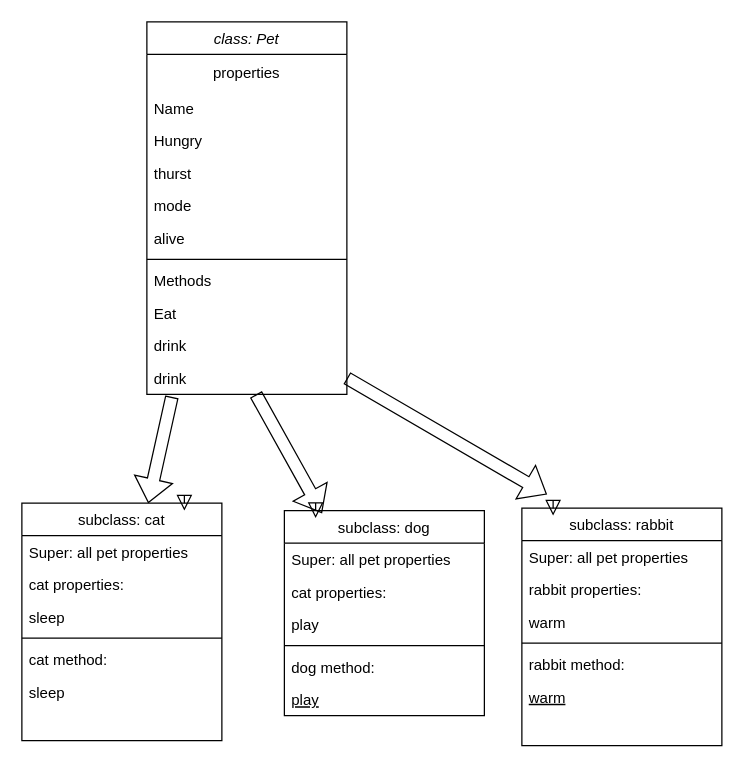
Above: Untitled Diagram.drawio in hsnadrs/M44-test (draw.io), before the change. Source tidied: cells renumbered, new cells numbered last; positions are measured from the earlier drawing's top-left corner, leaving out a move shared by most shapes. Both pictures are drawn from the tidied source at 125%, with x=0, y=0 at pixel (21, 21).
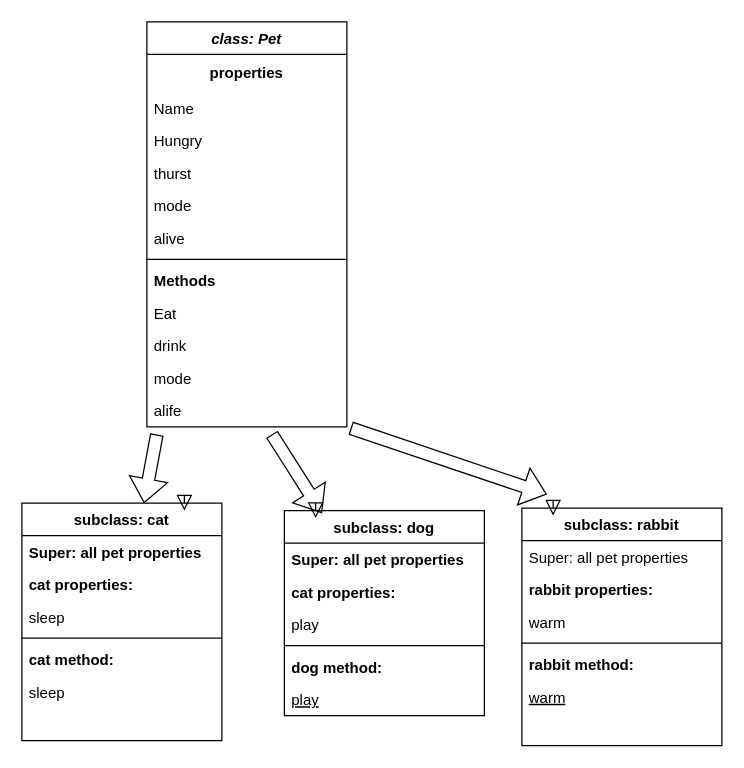
After the change.

Diff of the diagram source:
```diff
@@
-    <mxCell id="2" value="class: Pet" style="swimlane;fontStyle=2;align=center;verticalAlign=top;horizontal=1;startSize=26;rounded=0;shadow=0;strokeWidth=1;" parent="1" vertex="1">
-      <mxGeometry x="100" width="160" height="298" as="geometry" />
+    <mxCell id="2" value="class: Pet" style="swimlane;fontStyle=3;align=center;verticalAlign=top;horizontal=1;startSize=26;rounded=0;shadow=0;strokeWidth=1;" parent="1" vertex="1">
+      <mxGeometry x="100" width="160" height="324" as="geometry" />
     </mxCell>
-    <mxCell id="3" value="properties" style="text;strokeColor=none;align=center;fillColor=none;html=1;verticalAlign=middle;whiteSpace=wrap;rounded=0;" parent="2" vertex="1">
+    <mxCell id="3" value="properties" style="text;strokeColor=none;align=center;fillColor=none;html=1;verticalAlign=middle;whiteSpace=wrap;rounded=0;fontStyle=1;" parent="2" vertex="1">
       <mxGeometry y="26" width="160" height="30" as="geometry" />
     </mxCell>
@@
-    <mxCell id="10" value="Methods" style="text;align=left;verticalAlign=top;spacingLeft=4;spacingRight=4;overflow=hidden;" parent="2" vertex="1">
+    <mxCell id="10" value="Methods" style="text;align=left;verticalAlign=top;spacingLeft=4;spacingRight=4;overflow=hidden;fontStyle=1;" parent="2" vertex="1">
       <mxGeometry y="194" width="160" height="26" as="geometry" />
     </mxCell>
+    <mxCell id="41" value="Eat" style="text;align=left;verticalAlign=top;spacingLeft=4;spacingRight=4;overflow=hidden;" parent="2" vertex="1">
+      <mxGeometry y="220" width="160" height="26" as="geometry" />
+    </mxCell>
+    <mxCell id="12" value="drink" style="text;align=left;verticalAlign=top;spacingLeft=4;spacingRight=4;overflow=hidden;" parent="2" vertex="1">
+      <mxGeometry y="246" width="160" height="26" as="geometry" />
+    </mxCell>
+    <mxCell id="14" value="mode" style="text;align=left;verticalAlign=top;spacingLeft=4;spacingRight=4;overflow=hidden;points=[[0,0.5],[1,0.5]];portConstraint=eastwest;" parent="2" vertex="1">
+      <mxGeometry y="272" width="160" height="26" as="geometry" />
+    </mxCell>
-    <mxCell id="11" value="Eat" style="text;align=left;verticalAlign=top;spacingLeft=4;spacingRight=4;overflow=hidden;points=[[0,0.5],[1,0.5]];portConstraint=eastwest;" parent="2" vertex="1">
-      <mxGeometry y="220" width="160" height="26" as="geometry" />
+    <mxCell id="11" value="alife" style="text;align=left;verticalAlign=top;spacingLeft=4;spacingRight=4;overflow=hidden;points=[[0,0.5],[1,0.5]];portConstraint=eastwest;" parent="2" vertex="1">
+      <mxGeometry y="298" width="160" height="26" as="geometry" />
     </mxCell>
-    <mxCell id="12" value="drink" style="text;align=left;verticalAlign=top;spacingLeft=4;spacingRight=4;overflow=hidden;" parent="2" vertex="1">
-      <mxGeometry y="246" width="160" height="26" as="geometry" />
-    </mxCell>
-    <mxCell id="13" style="shape=flexArrow;endArrow=classic;html=1;rounded=0;" parent="2" edge="1" target="15">
-      <mxGeometry relative="1" as="geometry">
-        <mxPoint x="20" y="300" as="sourcePoint" />
-      </mxGeometry>
-    </mxCell>
-    <mxCell id="14" value="drink" style="text;align=left;verticalAlign=top;spacingLeft=4;spacingRight=4;overflow=hidden;points=[[0,0.5],[1,0.5]];portConstraint=eastwest;" parent="2" vertex="1">
-      <mxGeometry y="272" width="160" height="26" as="geometry" />
-    </mxCell>
-    <mxCell id="15" value="subclass: cat" style="swimlane;fontStyle=0;align=center;verticalAlign=top;horizontal=1;startSize=26;rounded=0;shadow=0;strokeWidth=1;" parent="1" vertex="1">
+    <mxCell id="15" value="subclass: cat" style="swimlane;fontStyle=1;align=center;verticalAlign=top;horizontal=1;startSize=26;rounded=0;shadow=0;strokeWidth=1;" parent="1" vertex="1">
       <mxGeometry y="385" width="160" height="190" as="geometry" />
     </mxCell>
-    <mxCell id="16" value="Super: all pet properties&#10;" style="text;align=left;verticalAlign=top;spacingLeft=4;spacingRight=4;overflow=hidden;" parent="15" vertex="1">
+    <mxCell id="16" value="Super: all pet properties&#10;" style="text;align=left;verticalAlign=top;spacingLeft=4;spacingRight=4;overflow=hidden;fontStyle=1;" parent="15" vertex="1">
       <mxGeometry y="26" width="160" height="26" as="geometry" />
     </mxCell>
-    <mxCell id="17" value="cat properties: &#10;" style="text;align=left;verticalAlign=top;spacingLeft=4;spacingRight=4;overflow=hidden;" parent="15" vertex="1">
+    <mxCell id="17" value="cat properties: &#10;" style="text;align=left;verticalAlign=top;spacingLeft=4;spacingRight=4;overflow=hidden;fontStyle=1;" parent="15" vertex="1">
       <mxGeometry y="52" width="160" height="26" as="geometry" />
     </mxCell>
@@
-    <mxCell id="20" value="cat method:" style="text;align=left;verticalAlign=top;spacingLeft=4;spacingRight=4;overflow=hidden;" parent="15" vertex="1">
+    <mxCell id="20" value="cat method:" style="text;align=left;verticalAlign=top;spacingLeft=4;spacingRight=4;overflow=hidden;fontStyle=1;" parent="15" vertex="1">
       <mxGeometry y="112" width="160" height="26" as="geometry" />
     </mxCell>
@@
-    <mxCell id="23" value="subclass: dog" style="swimlane;fontStyle=0;align=center;verticalAlign=top;horizontal=1;startSize=26;rounded=0;shadow=0;strokeWidth=1;" parent="1" vertex="1">
+    <mxCell id="23" value="subclass: dog" style="swimlane;fontStyle=1;align=center;verticalAlign=top;horizontal=1;startSize=26;rounded=0;shadow=0;strokeWidth=1;" parent="1" vertex="1">
       <mxGeometry x="210" y="391" width="160" height="164" as="geometry" />
     </mxCell>
-    <mxCell id="24" value="Super: all pet properties&#10;" style="text;align=left;verticalAlign=top;spacingLeft=4;spacingRight=4;overflow=hidden;" parent="23" vertex="1">
+    <mxCell id="24" value="Super: all pet properties&#10;" style="text;align=left;verticalAlign=top;spacingLeft=4;spacingRight=4;overflow=hidden;fontStyle=1;" parent="23" vertex="1">
       <mxGeometry y="26" width="160" height="26" as="geometry" />
     </mxCell>
-    <mxCell id="25" value="cat properties: &#10;" style="text;align=left;verticalAlign=top;spacingLeft=4;spacingRight=4;overflow=hidden;" parent="23" vertex="1">
+    <mxCell id="25" value="cat properties: &#10;" style="text;align=left;verticalAlign=top;spacingLeft=4;spacingRight=4;overflow=hidden;fontStyle=1;" parent="23" vertex="1">
       <mxGeometry y="52" width="160" height="26" as="geometry" />
     </mxCell>
@@
-    <mxCell id="28" value="dog method:" style="text;align=left;verticalAlign=top;spacingLeft=4;spacingRight=4;overflow=hidden;" parent="23" vertex="1">
+    <mxCell id="28" value="dog method:" style="text;align=left;verticalAlign=top;spacingLeft=4;spacingRight=4;overflow=hidden;fontStyle=1;" parent="23" vertex="1">
       <mxGeometry y="112" width="160" height="26" as="geometry" />
     </mxCell>
@@
-    <mxCell id="31" value="subclass: rabbit" style="swimlane;fontStyle=0;align=center;verticalAlign=top;horizontal=1;startSize=26;rounded=0;shadow=0;strokeWidth=1;" parent="1" vertex="1">
+    <mxCell id="31" value="subclass: rabbit" style="swimlane;fontStyle=1;align=center;verticalAlign=top;horizontal=1;startSize=26;rounded=0;shadow=0;strokeWidth=1;" parent="1" vertex="1">
       <mxGeometry x="400" y="389" width="160" height="190" as="geometry" />
     </mxCell>
@@
-    <mxCell id="33" value="rabbit properties: &#10;" style="text;align=left;verticalAlign=top;spacingLeft=4;spacingRight=4;overflow=hidden;" parent="31" vertex="1">
+    <mxCell id="33" value="rabbit properties: &#10;" style="text;align=left;verticalAlign=top;spacingLeft=4;spacingRight=4;overflow=hidden;fontStyle=1;" parent="31" vertex="1">
       <mxGeometry y="52" width="160" height="26" as="geometry" />
     </mxCell>
@@
-    <mxCell id="36" value="rabbit method:" style="text;align=left;verticalAlign=top;spacingLeft=4;spacingRight=4;overflow=hidden;" parent="31" vertex="1">
+    <mxCell id="36" value="rabbit method:" style="text;align=left;verticalAlign=top;spacingLeft=4;spacingRight=4;overflow=hidden;fontStyle=1;" parent="31" vertex="1">
       <mxGeometry y="112" width="160" height="26" as="geometry" />
     </mxCell>
@@
-    <mxCell id="39" style="shape=flexArrow;endArrow=classic;html=1;rounded=0;exitX=1;exitY=0.5;exitDx=0;exitDy=0;" parent="1" edge="1" source="14">
+    <mxCell id="39" style="shape=flexArrow;endArrow=classic;html=1;rounded=0;exitX=1.019;exitY=1.038;exitDx=0;exitDy=0;exitPerimeter=0;" parent="1" edge="1" source="11">
       <mxGeometry relative="1" as="geometry">
         <mxPoint x="420" y="378" as="targetPoint" />
       </mxGeometry>
     </mxCell>
-    <mxCell id="40" style="shape=flexArrow;endArrow=classic;html=1;rounded=0;entryX=0.188;entryY=0.012;entryDx=0;entryDy=0;entryPerimeter=0;" parent="1" edge="1" source="14" target="23">
-      <mxGeometry relative="1" as="geometry" />
+    <mxCell id="40" style="shape=flexArrow;endArrow=classic;html=1;rounded=0;entryX=0.188;entryY=0.012;entryDx=0;entryDy=0;entryPerimeter=0;" parent="1" edge="1" target="23">
+      <mxGeometry relative="1" as="geometry">
+        <mxPoint x="200" y="330" as="sourcePoint" />
+      </mxGeometry>
     </mxCell>
+    <mxCell id="13" style="shape=flexArrow;endArrow=classic;html=1;rounded=0;exitX=0.05;exitY=1.231;exitDx=0;exitDy=0;exitPerimeter=0;" parent="1" edge="1" source="11" target="15">
+      <mxGeometry relative="1" as="geometry" />
+    </mxCell>
```
